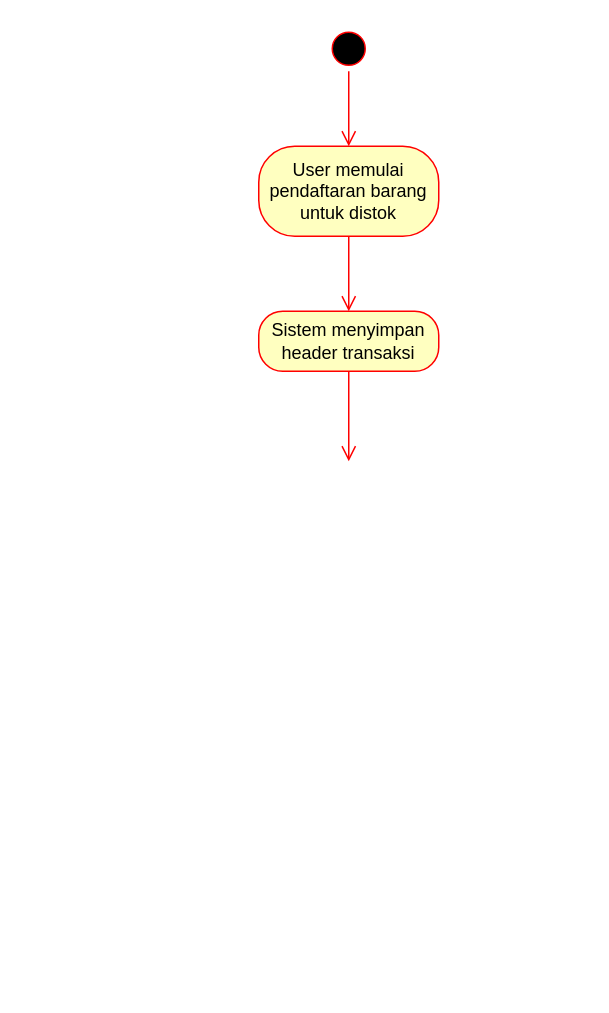
ryusu777/dodo-app keeps this draw.io diagram as page "Selling & Purchasing Goods" (3 of 4) of Diagram/Activity Diagram.drawio. Above is the earlier version. Source tidied: cells renumbered, new cells numbered last; positions are measured from the earlier drawing's top-left corner, leaving out a move shared by most shapes. Both pictures are drawn from the tidied source at 150%, with x=0, y=0 at pixel (258, 26).
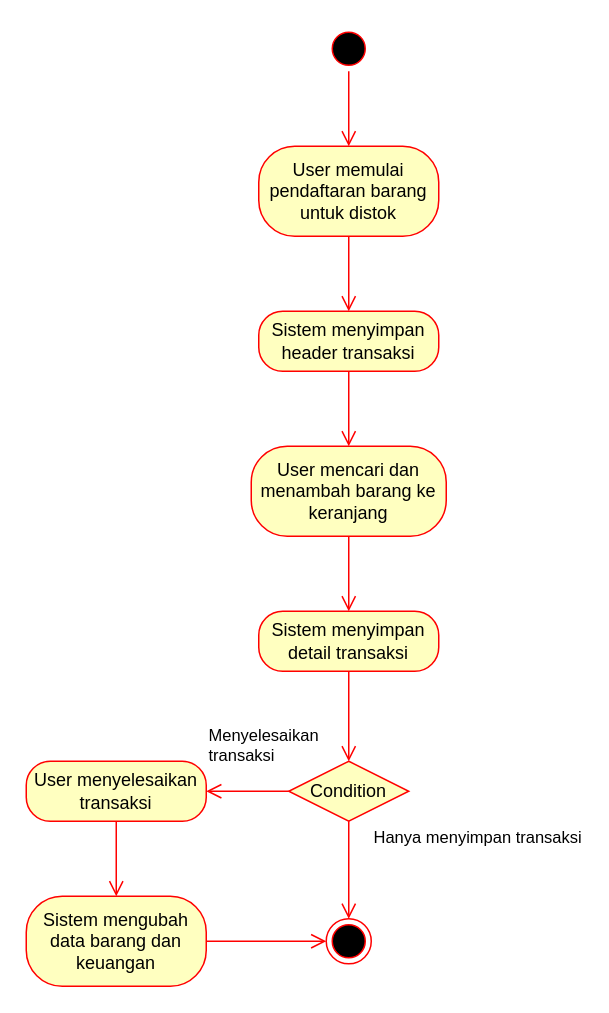
The same page after the edit.

Commit message:
Purchase & Daily expenses

Change to the diagram source:
```diff
@@
 <mxGraphModel>
   <root>
     <mxCell id="0" />
     <mxCell id="1" parent="0" />
     <mxCell id="2" style="ellipse;html=1;shape=startState;fillColor=#000000;strokeColor=#ff0000;" parent="1" vertex="1">
       <mxGeometry x="45" width="30" height="30" as="geometry" />
     </mxCell>
     <mxCell id="3" style="edgeStyle=orthogonalEdgeStyle;html=1;verticalAlign=bottom;endArrow=open;endSize=8;strokeColor=#ff0000;" parent="1" edge="1" source="2" target="4">
       <mxGeometry relative="1" as="geometry" />
     </mxCell>
     <mxCell id="4" value="User memulai pendaftaran barang untuk distok" style="rounded=1;whiteSpace=wrap;html=1;arcSize=40;fontColor=#000000;fillColor=#ffffc0;strokeColor=#ff0000;" parent="1" vertex="1">
       <mxGeometry y="80" width="120" height="60" as="geometry" />
     </mxCell>
     <mxCell id="5" style="edgeStyle=orthogonalEdgeStyle;html=1;verticalAlign=bottom;endArrow=open;endSize=8;strokeColor=#ff0000;" parent="1" edge="1" source="4" target="6">
       <mxGeometry relative="1" as="geometry" />
     </mxCell>
     <mxCell id="6" value="Sistem menyimpan header transaksi" style="rounded=1;whiteSpace=wrap;html=1;arcSize=40;fontColor=#000000;fillColor=#ffffc0;strokeColor=#ff0000;" parent="1" vertex="1">
       <mxGeometry y="190" width="120" height="40" as="geometry" />
     </mxCell>
-    <mxCell id="7" style="edgeStyle=orthogonalEdgeStyle;html=1;verticalAlign=bottom;endArrow=open;endSize=8;strokeColor=#ff0000;" parent="1" edge="1" source="6">
-      <mxGeometry relative="1" as="geometry">
-        <mxPoint x="60" y="290" as="targetPoint" />
-      </mxGeometry>
+    <mxCell id="7" style="edgeStyle=orthogonalEdgeStyle;html=1;verticalAlign=bottom;endArrow=open;endSize=8;strokeColor=#ff0000;" parent="1" edge="1" source="6" target="8">
+      <mxGeometry relative="1" as="geometry" />
     </mxCell>
+    <mxCell id="8" value="User mencari dan menambah barang ke keranjang" style="rounded=1;whiteSpace=wrap;html=1;arcSize=40;fontColor=#000000;fillColor=#ffffc0;strokeColor=#ff0000;" parent="1" vertex="1">
+      <mxGeometry x="-5" y="280" width="130" height="60" as="geometry" />
+    </mxCell>
+    <mxCell id="9" style="edgeStyle=orthogonalEdgeStyle;html=1;verticalAlign=bottom;endArrow=open;endSize=8;strokeColor=#ff0000;" parent="1" edge="1" source="8" target="10">
+      <mxGeometry relative="1" as="geometry" />
+    </mxCell>
+    <mxCell id="10" value="Sistem menyimpan detail transaksi" style="rounded=1;whiteSpace=wrap;html=1;arcSize=40;fontColor=#000000;fillColor=#ffffc0;strokeColor=#ff0000;" parent="1" vertex="1">
+      <mxGeometry y="390" width="120" height="40" as="geometry" />
+    </mxCell>
+    <mxCell id="11" style="edgeStyle=orthogonalEdgeStyle;html=1;verticalAlign=bottom;endArrow=open;endSize=8;strokeColor=#ff0000;" parent="1" edge="1" source="10" target="12">
+      <mxGeometry relative="1" as="geometry" />
+    </mxCell>
+    <mxCell id="12" value="Condition" style="rhombus;whiteSpace=wrap;html=1;fillColor=#ffffc0;strokeColor=#ff0000;" parent="1" vertex="1">
+      <mxGeometry x="20" y="490" width="80" height="40" as="geometry" />
+    </mxCell>
+    <mxCell id="13" value="Hanya menyimpan transaksi" style="edgeStyle=orthogonalEdgeStyle;html=1;align=left;verticalAlign=bottom;endArrow=open;endSize=8;strokeColor=#ff0000;" parent="1" edge="1" source="12" target="19">
+      <mxGeometry x="-0.38" y="15" relative="1" as="geometry" />
+    </mxCell>
+    <mxCell id="14" value="Menyelesaikan &lt;br&gt;transaksi" style="edgeStyle=orthogonalEdgeStyle;html=1;align=left;verticalAlign=top;endArrow=open;endSize=8;strokeColor=#ff0000;" parent="1" edge="1" source="12" target="15">
+      <mxGeometry x="1" y="-50" relative="1" as="geometry" />
+    </mxCell>
+    <mxCell id="15" value="User menyelesaikan transaksi" style="rounded=1;whiteSpace=wrap;html=1;arcSize=40;fontColor=#000000;fillColor=#ffffc0;strokeColor=#ff0000;" parent="1" vertex="1">
+      <mxGeometry x="-155" y="490" width="120" height="40" as="geometry" />
+    </mxCell>
+    <mxCell id="16" style="edgeStyle=orthogonalEdgeStyle;html=1;verticalAlign=bottom;endArrow=open;endSize=8;strokeColor=#ff0000;" parent="1" edge="1" source="15" target="17">
+      <mxGeometry relative="1" as="geometry" />
+    </mxCell>
+    <mxCell id="17" value="Sistem mengubah data barang dan keuangan" style="rounded=1;whiteSpace=wrap;html=1;arcSize=40;fontColor=#000000;fillColor=#ffffc0;strokeColor=#ff0000;" parent="1" vertex="1">
+      <mxGeometry x="-155" y="580" width="120" height="60" as="geometry" />
+    </mxCell>
+    <mxCell id="18" style="edgeStyle=orthogonalEdgeStyle;html=1;verticalAlign=bottom;endArrow=open;endSize=8;strokeColor=#ff0000;" parent="1" edge="1" source="17" target="19">
+      <mxGeometry relative="1" as="geometry" />
+    </mxCell>
+    <mxCell id="19" style="ellipse;html=1;shape=endState;fillColor=#000000;strokeColor=#ff0000;" parent="1" vertex="1">
+      <mxGeometry x="45" y="595" width="30" height="30" as="geometry" />
+    </mxCell>
   </root>
 </mxGraphModel>
```
